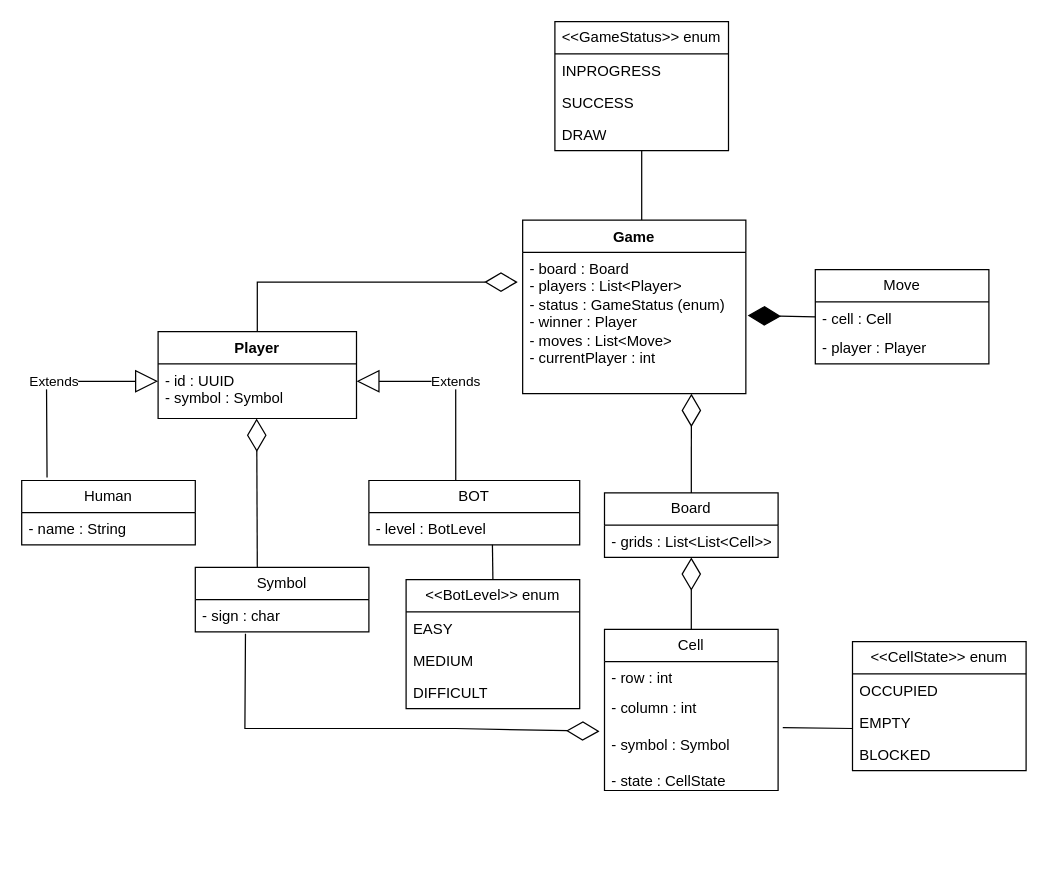
The draw.io diagram src/main/resources/static/Class Diagram.drawio in workwithkp96/paul-tictactoe, before the edit. Source tidied: cells renumbered, new cells numbered last; positions are measured from the earlier drawing's top-left corner, leaving out a move shared by most shapes. Both pictures are drawn from the tidied source at 124%, with x=0, y=0 at pixel (21, 21).
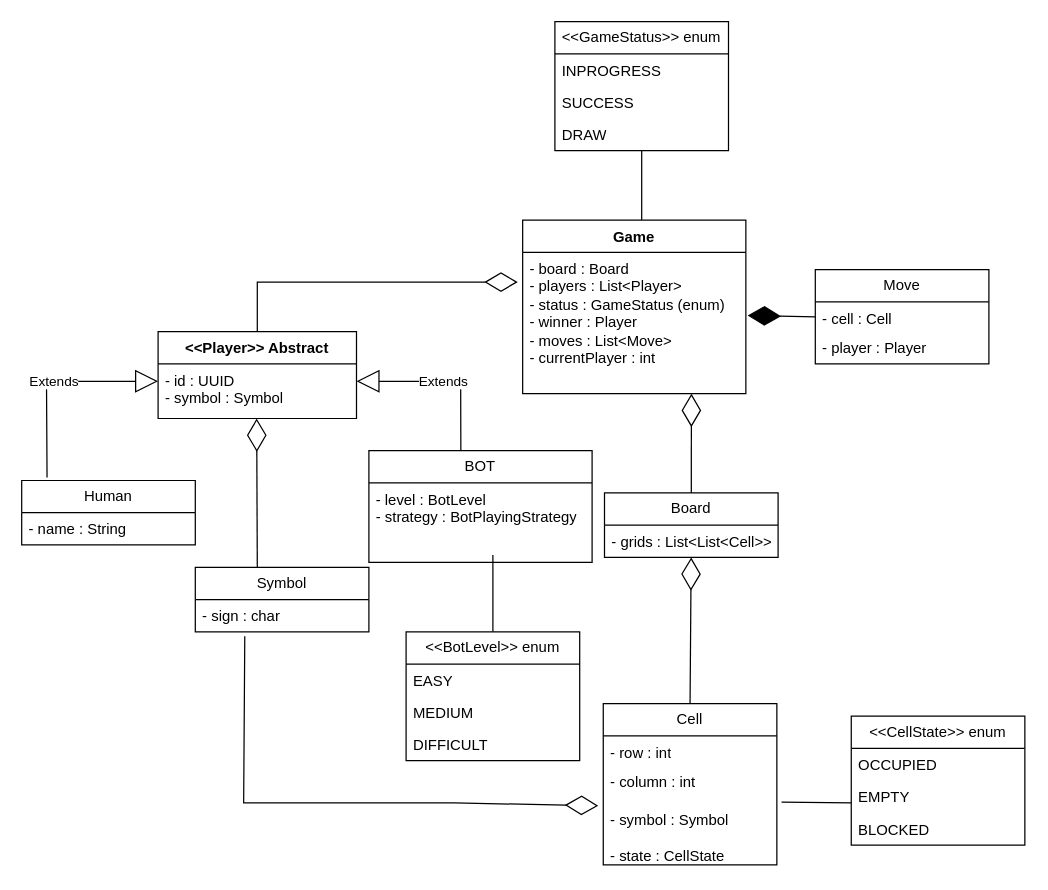
The same diagram, later.

Commit message (it also covers changes not shown here):
class diagram changes & domain classes

Unchanged cells that the change refers to:
```xml
<mxCell id="5" value="- id : UUID&lt;div&gt;- symbol : Symbol&lt;/div&gt;" style="text;strokeColor=none;fillColor=none;align=left;verticalAlign=top;spacingLeft=4;spacingRight=4;overflow=hidden;points=[[0,0.5],[1,0.5]];portConstraint=eastwest;whiteSpace=wrap;html=1;" parent="4" vertex="1">
  <mxGeometry y="26" width="160" height="44" as="geometry" />
</mxCell>
<mxCell id="17" value="- sign : char" style="text;strokeColor=none;fillColor=none;align=left;verticalAlign=top;spacingLeft=4;spacingRight=4;overflow=hidden;points=[[0,0.5],[1,0.5]];portConstraint=eastwest;whiteSpace=wrap;html=1;" parent="16" vertex="1">
  <mxGeometry y="26" width="140" height="26" as="geometry" />
</mxCell>
<mxCell id="21" value="- column : int" style="text;strokeColor=none;fillColor=none;align=left;verticalAlign=top;spacingLeft=4;spacingRight=4;overflow=hidden;points=[[0,0.5],[1,0.5]];portConstraint=eastwest;whiteSpace=wrap;html=1;" parent="19" vertex="1">
  <mxGeometry y="50" width="140" height="30" as="geometry" />
</mxCell>
```

The edit, as a diff of the source:
```diff
@@
-    <mxCell id="4" value="Player" style="swimlane;fontStyle=1;align=center;verticalAlign=top;horizontal=1;startSize=26;whiteSpace=wrap;html=1;" parent="1" vertex="1">
+    <mxCell id="4" value="&amp;lt;&amp;lt;Player&amp;gt;&amp;gt; Abstract" style="swimlane;fontStyle=1;align=center;verticalAlign=top;horizontal=1;startSize=26;whiteSpace=wrap;html=1;" parent="1" vertex="1">
       <mxGeometry x="110" y="250" width="160" height="70" as="geometry" />
     </mxCell>
@@
     <mxCell id="8" value="BOT" style="swimlane;fontStyle=0;horizontal=1;startSize=26;fillColor=none;whiteSpace=wrap;html=1;" parent="1" vertex="1">
-      <mxGeometry x="280" y="370" width="170" height="52" as="geometry" />
+      <mxGeometry x="280" y="346" width="180" height="90" as="geometry" />
     </mxCell>
-    <mxCell id="9" value="- level : BotLevel" style="text;strokeColor=none;fillColor=none;align=left;verticalAlign=top;spacingLeft=4;spacingRight=4;overflow=hidden;points=[[0,0.5],[1,0.5]];portConstraint=eastwest;whiteSpace=wrap;html=1;" parent="8" vertex="1">
-      <mxGeometry y="26" width="170" height="26" as="geometry" />
+    <mxCell id="9" value="- level : BotLevel&lt;div&gt;- strategy : BotPlayingStrategy&lt;/div&gt;" style="text;strokeColor=none;fillColor=none;align=left;verticalAlign=top;spacingLeft=4;spacingRight=4;overflow=hidden;points=[[0,0.5],[1,0.5]];portConstraint=eastwest;whiteSpace=wrap;html=1;" parent="8" vertex="1">
+      <mxGeometry y="26" width="180" height="64" as="geometry" />
     </mxCell>
@@
     <mxCell id="19" value="Cell" style="swimlane;fontStyle=0;horizontal=1;startSize=26;fillColor=none;whiteSpace=wrap;html=1;" parent="1" vertex="1">
-      <mxGeometry x="470" y="490" width="140" height="130" as="geometry" />
+      <mxGeometry x="469" y="550" width="140" height="130" as="geometry" />
     </mxCell>
@@
     <mxCell id="31" value="Extends" style="endArrow=block;endSize=16;endFill=0;html=1;rounded=0;exitX=0.412;exitY=-0.002;exitDx=0;exitDy=0;exitPerimeter=0;entryX=1;entryY=0.318;entryDx=0;entryDy=0;entryPerimeter=0;" parent="1" edge="1" source="8" target="5">
       <mxGeometry relative="1" as="geometry">
         <Array as="points">
-          <mxPoint x="350" y="290" />
+          <mxPoint x="354" y="290" />
         </Array>
       </mxGeometry>
     </mxCell>
@@
-    <mxCell id="34" style="endArrow=diamondThin;endFill=0;endSize=24;html=1;rounded=0;entryX=-0.029;entryY=1.077;entryDx=0;entryDy=0;entryPerimeter=0;exitX=0.289;exitY=1.058;exitDx=0;exitDy=0;exitPerimeter=0;" parent="1" edge="1" source="17" target="21">
+    <mxCell id="34" style="endArrow=diamondThin;endFill=0;endSize=24;html=1;rounded=0;entryX=-0.029;entryY=1.077;entryDx=0;entryDy=0;entryPerimeter=0;exitX=0.285;exitY=1.141;exitDx=0;exitDy=0;exitPerimeter=0;" parent="1" edge="1" source="17" target="21">
       <mxGeometry relative="1" as="geometry">
         <Array as="points">
-          <mxPoint x="180" y="570" />
-          <mxPoint x="350" y="570" />
+          <mxPoint x="179" y="630" />
+          <mxPoint x="349" y="630" />
         </Array>
       </mxGeometry>
     </mxCell>
     <mxCell id="35" value="&amp;lt;&amp;lt;CellState&amp;gt;&amp;gt; enum" style="swimlane;fontStyle=0;horizontal=1;startSize=26;fillColor=none;whiteSpace=wrap;html=1;" parent="1" vertex="1">
-      <mxGeometry x="670" y="500" width="140" height="104" as="geometry" />
+      <mxGeometry x="669" y="560" width="140" height="104" as="geometry" />
     </mxCell>
@@
     <mxCell id="39" value="&amp;lt;&amp;lt;BotLevel&amp;gt;&amp;gt; enum" style="swimlane;fontStyle=0;horizontal=1;startSize=26;fillColor=none;whiteSpace=wrap;html=1;" parent="1" vertex="1">
-      <mxGeometry x="310" y="450" width="140" height="104" as="geometry" />
+      <mxGeometry x="310" y="492" width="140" height="104" as="geometry" />
     </mxCell>
@@
-    <mxCell id="43" style="endArrow=none;html=1;rounded=0;entryX=0.5;entryY=0;entryDx=0;entryDy=0;exitX=0.586;exitY=0.995;exitDx=0;exitDy=0;exitPerimeter=0;" parent="1" edge="1" source="9" target="39">
-      <mxGeometry relative="1" as="geometry" />
+    <mxCell id="43" style="endArrow=none;html=1;rounded=0;entryX=0.5;entryY=0;entryDx=0;entryDy=0;" parent="1" edge="1" target="39">
+      <mxGeometry relative="1" as="geometry">
+        <mxPoint x="380" y="430" as="sourcePoint" />
+      </mxGeometry>
     </mxCell>
```
